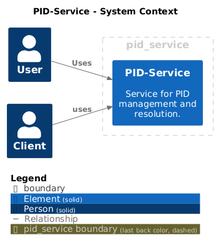
Before: master/png/pid_service_system_context.png, a diagram exported from PlantUML (bingert/PID-System-C4-Model).
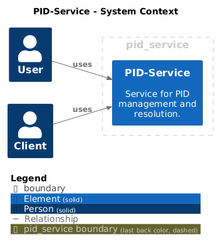
Above is the later version.

What changed in the source:
```diff
@@ -20,7 +20,7 @@
 Person(User, "User", $descr="", $tags="Person", $link="")
 Person(Client, "Client", $descr="", $tags="Person", $link="")
 
-Rel(User, PIDService, "Uses", $techn="", $tags="Relationship", $link="")
+Rel(User, PIDService, "uses", $techn="", $tags="Relationship", $link="")
 Rel(Client, PIDService, "uses", $techn="", $tags="Relationship", $link="")
 
 SHOW_LEGEND(true)
```
